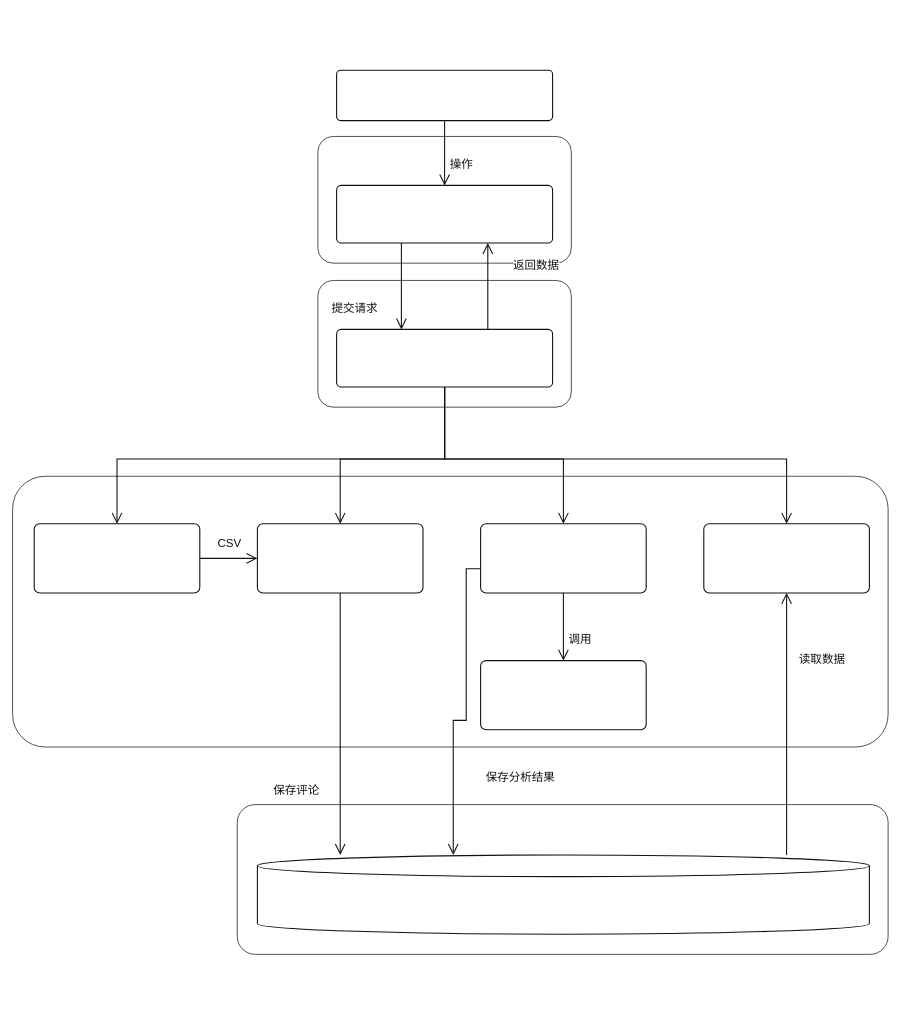
Before: ear-review/docs/架构图/Web系统设计与使用流程.drawio in Tindra-Wang/ear-review, a draw.io diagram. Source tidied: cells renumbered, new cells numbered last; positions are measured from the earlier drawing's top-left corner, leaving out a move shared by most shapes. Both pictures are drawn from the tidied source at 72%, with x=0, y=0 at pixel (12, 12).
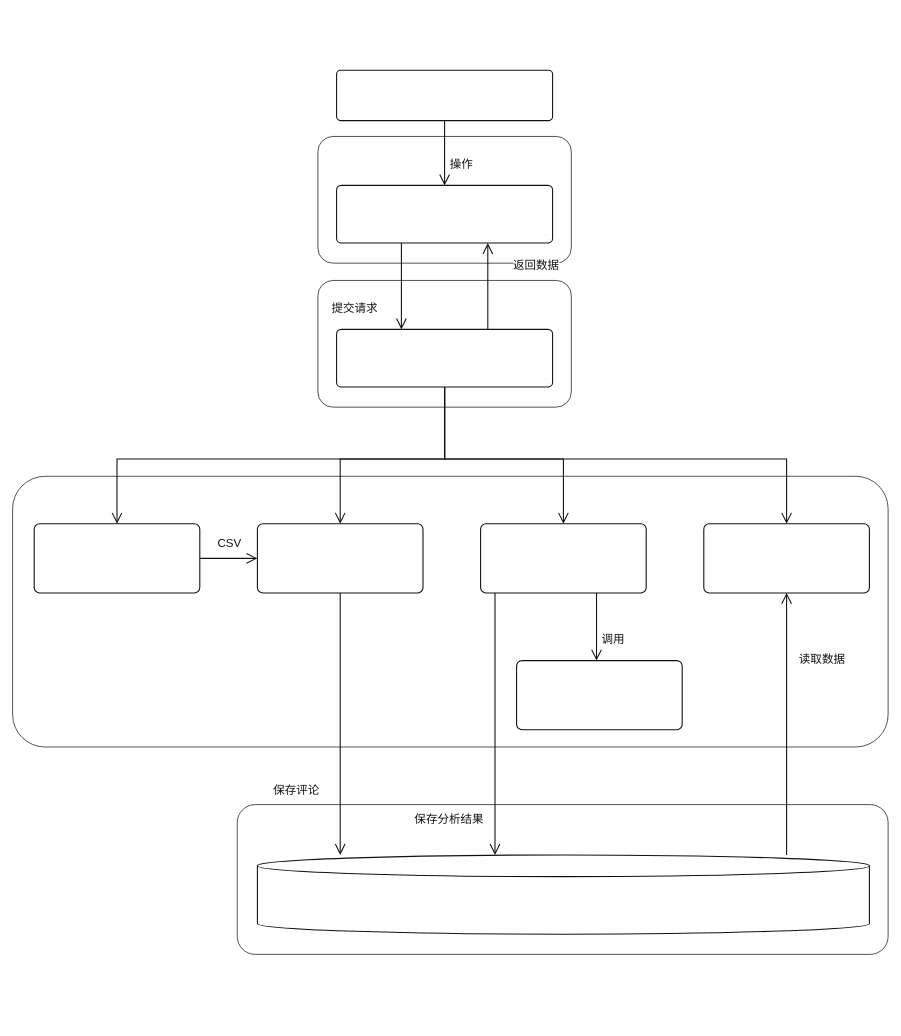
The same page after the edit.

The change refers to these unchanged cells:
```xml
<mxCell id="4" style="rounded=1;arcSize=12;html=1;whiteSpace=wrap;fillColor=none;strokeColor=#111111;strokeWidth=1;fontColor=#111111;fontSize=14;fontFamily=Microsoft YaHei;fontStyle=1;verticalAlign=top;align=left;spacingLeft=12;spacingTop=10;" parent="1" vertex="1">
  <mxGeometry y="644" width="1216" height="376" as="geometry" />
</mxCell>
<mxCell id="12" style="rounded=1;arcSize=8;html=1;whiteSpace=wrap;fillColor=#ffffff;strokeColor=#111111;strokeWidth=1.5;fontColor=#111111;fontSize=18;fontFamily=Microsoft YaHei;verticalAlign=middle;align=center;" parent="4" vertex="1">
  <mxGeometry x="650" y="66" width="230" height="96" as="geometry" />
</mxCell>
<mxCell id="15" style="shape=cylinder3;boundedLbl=1;backgroundOutline=1;size=15;html=1;whiteSpace=wrap;fillColor=#ffffff;strokeColor=#111111;strokeWidth=1.5;fontColor=#111111;fontSize=18;fontFamily=Microsoft YaHei;verticalAlign=middle;align=center;" parent="5" vertex="1">
  <mxGeometry x="28" y="70" width="850" height="110" as="geometry" />
</mxCell>
```

What changed in the source:
```diff
@@
     <mxCell id="14" style="rounded=1;arcSize=8;html=1;whiteSpace=wrap;fillColor=#ffffff;strokeColor=#111111;strokeWidth=1.5;fontColor=#111111;fontSize=18;fontFamily=Microsoft YaHei;verticalAlign=middle;align=center;" parent="4" vertex="1">
-      <mxGeometry x="650" y="256" width="230" height="96" as="geometry" />
+      <mxGeometry x="700" y="256" width="230" height="96" as="geometry" />
     </mxCell>
@@
-    <mxCell id="23" style="edgeStyle=orthogonalEdgeStyle;rounded=0;jettySize=auto;html=1;strokeColor=#111111;strokeWidth=1.5;endArrow=open;endFill=0;endSize=12;exitX=0.5;exitY=1;exitDx=0;exitDy=0;entryX=0.5;entryY=0;entryDx=0;entryDy=0;jumpStyle=arc;jumpSize=8;" parent="1" edge="1" source="12" target="14">
+    <mxCell id="23" style="edgeStyle=orthogonalEdgeStyle;rounded=0;jettySize=auto;html=1;strokeColor=#111111;strokeWidth=1.5;endArrow=open;endFill=0;endSize=12;exitX=0.7;exitY=1;exitDx=0;exitDy=0;entryX=0.4826086956521739;entryY=0;entryDx=0;entryDy=0;jumpStyle=arc;jumpSize=8;" parent="1" edge="1" source="12" target="14">
       <mxGeometry relative="1" as="geometry" />
     </mxCell>
@@
-    <mxCell id="26" style="edgeStyle=orthogonalEdgeStyle;rounded=0;jettySize=auto;html=1;strokeColor=#111111;strokeWidth=1.5;endArrow=open;endFill=0;endSize=12;exitX=0;exitY=0.65;exitDx=0;exitDy=0;entryX=0.32;entryY=0;entryDx=0;entryDy=0;jumpStyle=arc;jumpSize=8;" parent="1" edge="1" source="12" target="15">
+    <mxCell id="26" style="edgeStyle=orthogonalEdgeStyle;rounded=0;jettySize=auto;html=1;strokeColor=#111111;strokeWidth=1.5;endArrow=open;endFill=0;endSize=12;exitX=0.08695652173913043;exitY=1;exitDx=0;exitDy=0;entryX=0.38823529411764707;entryY=0;entryDx=0;entryDy=0;jumpStyle=arc;jumpSize=8;" parent="1" edge="1" source="12" target="15">
       <mxGeometry relative="1" as="geometry" />
     </mxCell>
@@
     <mxCell id="34" value="保存分析结果" style="edgeLabel;html=1;align=center;verticalAlign=middle;fontSize=16;fontColor=#111111;fontFamily=Microsoft YaHei;" parent="26" vertex="1">
       <mxGeometry x="0.5" relative="1" as="geometry">
-        <mxPoint x="92" as="offset" />
+        <mxPoint x="-65" y="40" as="offset" />
       </mxGeometry>
     </mxCell>
```
